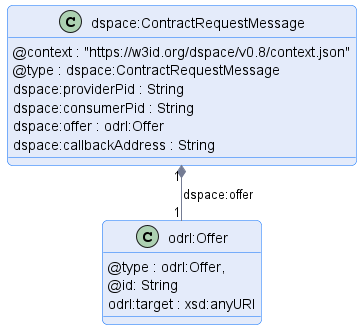
Before: negotiation/message/diagram/contract-request-message.png, a diagram exported from PlantUML (International-Data-Spaces-Association/ids-specification).
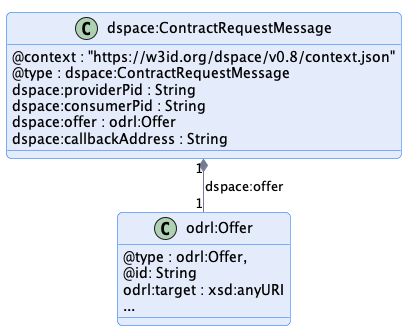
Above is the later version.

Diff of the diagram source:
```diff
@@ -19,6 +19,7 @@
     @type : odrl:Offer,
     @id: String
     odrl:target : xsd:anyURI
+    ...
 }
 
 "dspace:ContractRequestMessage" "1" *-- "1" "odrl:Offer" : "dspace:offer"
```
